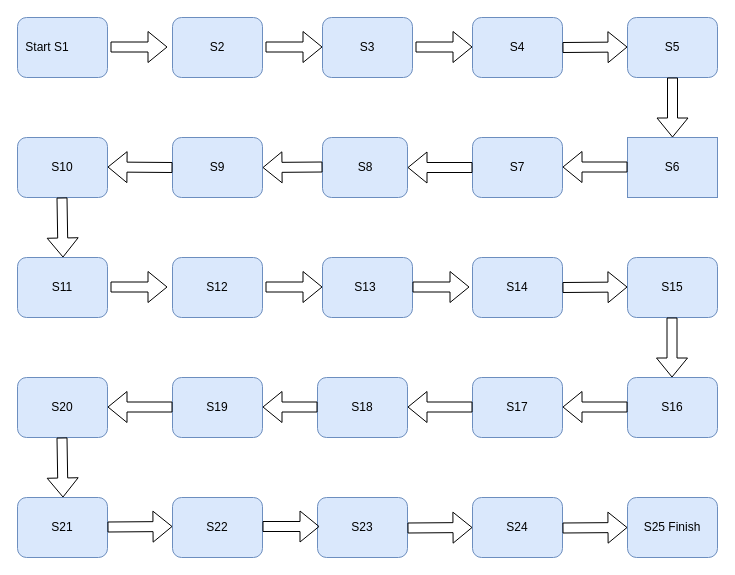
Above: board game.drawio in lcw650/lcw2 (draw.io), before the change. Source tidied: cells renumbered, new cells numbered last; positions are measured from the earlier drawing's top-left corner, leaving out a move shared by most shapes. Both pictures are drawn from the tidied source at 100%, with x=0, y=0 at pixel (17, 17).
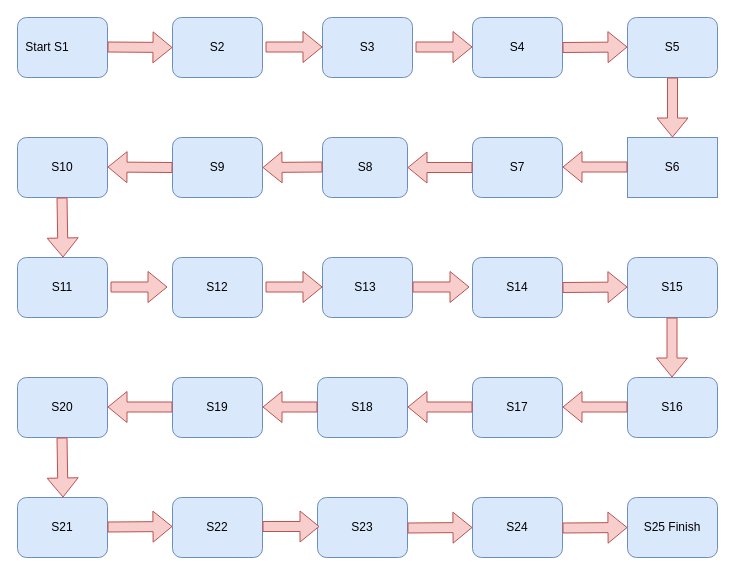
After the change.

The change refers to these unchanged cells:
```xml
<mxCell id="3" style="rounded=1;whiteSpace=wrap;html=1;fillColor=#dae8fc;strokeColor=#6c8ebf;" parent="1" vertex="1">
  <mxGeometry x="155" width="90" height="60" as="geometry" />
</mxCell>
<mxCell id="5" style="rounded=1;whiteSpace=wrap;html=1;fillColor=#dae8fc;strokeColor=#6c8ebf;" parent="1" vertex="1">
  <mxGeometry x="455" width="90" height="60" as="geometry" />
</mxCell>
<mxCell id="6" style="rounded=1;whiteSpace=wrap;html=1;fillColor=#dae8fc;strokeColor=#6c8ebf;" parent="1" vertex="1">
  <mxGeometry x="610" width="90" height="60" as="geometry" />
</mxCell>
<mxCell id="7" style="rounded=1;whiteSpace=wrap;html=1;arcSize=0;fillColor=#dae8fc;strokeColor=#6c8ebf;" parent="1" vertex="1">
  <mxGeometry x="610" y="120" width="90" height="60" as="geometry" />
</mxCell>
<mxCell id="11" style="rounded=1;whiteSpace=wrap;html=1;fillColor=#dae8fc;strokeColor=#6c8ebf;" parent="1" vertex="1">
  <mxGeometry x="455" y="120" width="90" height="60" as="geometry" />
</mxCell>
<mxCell id="12" style="rounded=1;whiteSpace=wrap;html=1;fillColor=#dae8fc;strokeColor=#6c8ebf;" parent="1" vertex="1">
  <mxGeometry x="305" y="120" width="85" height="60" as="geometry" />
</mxCell>
<mxCell id="13" style="rounded=1;whiteSpace=wrap;html=1;fillColor=#dae8fc;strokeColor=#6c8ebf;" parent="1" vertex="1">
  <mxGeometry x="155" y="120" width="90" height="60" as="geometry" />
</mxCell>
<mxCell id="19" style="rounded=1;whiteSpace=wrap;html=1;fillColor=#dae8fc;strokeColor=#6c8ebf;" parent="1" vertex="1">
  <mxGeometry x="455" y="240" width="90" height="60" as="geometry" />
</mxCell>
```

The edit, as a diff of the source:
```diff
@@
-    <mxCell id="32" style="shape=flexArrow;endArrow=classic;html=1;rounded=0;exitX=1.033;exitY=0.625;exitDx=0;exitDy=0;exitPerimeter=0;" parent="1" edge="1">
+    <mxCell id="32" style="shape=flexArrow;endArrow=classic;html=1;rounded=0;exitX=1.033;exitY=0.625;exitDx=0;exitDy=0;exitPerimeter=0;fillColor=#f8cecc;strokeColor=#b85450;" parent="1" edge="1">
       <mxGeometry relative="1" as="geometry">
         <mxPoint x="248" y="29.5" as="sourcePoint" />
         <mxPoint x="305" y="29.5" as="targetPoint" />
       </mxGeometry>
     </mxCell>
-    <mxCell id="33" style="shape=flexArrow;endArrow=classic;html=1;rounded=0;exitX=1.033;exitY=0.625;exitDx=0;exitDy=0;exitPerimeter=0;" parent="1" edge="1">
+    <mxCell id="33" style="shape=flexArrow;endArrow=classic;html=1;rounded=0;exitX=1.033;exitY=0.625;exitDx=0;exitDy=0;exitPerimeter=0;fillColor=#f8cecc;strokeColor=#b85450;" parent="1" edge="1">
       <mxGeometry relative="1" as="geometry">
         <mxPoint x="398" y="29.5" as="sourcePoint" />
         <mxPoint x="455" y="29.5" as="targetPoint" />
       </mxGeometry>
     </mxCell>
-    <mxCell id="34" style="shape=flexArrow;endArrow=classic;html=1;rounded=0;exitX=1;exitY=0.5;exitDx=0;exitDy=0;" parent="1" edge="1" source="5">
+    <mxCell id="34" style="shape=flexArrow;endArrow=classic;html=1;rounded=0;exitX=1;exitY=0.5;exitDx=0;exitDy=0;fillColor=#f8cecc;strokeColor=#b85450;" parent="1" edge="1" source="5">
       <mxGeometry relative="1" as="geometry">
         <mxPoint x="610" y="29.5" as="targetPoint" />
       </mxGeometry>
     </mxCell>
-    <mxCell id="35" style="shape=flexArrow;endArrow=classic;html=1;rounded=0;exitX=1.033;exitY=0.625;exitDx=0;exitDy=0;exitPerimeter=0;" parent="1" edge="1">
-      <mxGeometry relative="1" as="geometry">
-        <mxPoint x="93" y="29.5" as="sourcePoint" />
-        <mxPoint x="150" y="29.5" as="targetPoint" />
-      </mxGeometry>
-    </mxCell>
-    <mxCell id="36" style="shape=flexArrow;endArrow=classic;html=1;rounded=0;exitX=0.5;exitY=1;exitDx=0;exitDy=0;entryX=0.5;entryY=0;entryDx=0;entryDy=0;" parent="1" edge="1" source="6" target="7">
+    <mxCell id="36" style="shape=flexArrow;endArrow=classic;html=1;rounded=0;exitX=0.5;exitY=1;exitDx=0;exitDy=0;entryX=0.5;entryY=0;entryDx=0;entryDy=0;fillColor=#f8cecc;strokeColor=#b85450;" parent="1" edge="1" source="6" target="7">
       <mxGeometry relative="1" as="geometry" />
     </mxCell>
-    <mxCell id="37" style="shape=flexArrow;endArrow=classic;html=1;rounded=0;exitX=0;exitY=0.5;exitDx=0;exitDy=0;entryX=1;entryY=0.5;entryDx=0;entryDy=0;" parent="1" edge="1" source="11" target="12">
+    <mxCell id="37" style="shape=flexArrow;endArrow=classic;html=1;rounded=0;exitX=0;exitY=0.5;exitDx=0;exitDy=0;entryX=1;entryY=0.5;entryDx=0;entryDy=0;fillColor=#f8cecc;strokeColor=#b85450;" parent="1" edge="1" source="11" target="12">
       <mxGeometry relative="1" as="geometry" />
     </mxCell>
-    <mxCell id="38" style="shape=flexArrow;endArrow=classic;html=1;rounded=0;exitX=0;exitY=0.5;exitDx=0;exitDy=0;entryX=1;entryY=0.5;entryDx=0;entryDy=0;" parent="1" edge="1" target="13">
+    <mxCell id="38" style="shape=flexArrow;endArrow=classic;html=1;rounded=0;exitX=0;exitY=0.5;exitDx=0;exitDy=0;entryX=1;entryY=0.5;entryDx=0;entryDy=0;fillColor=#f8cecc;strokeColor=#b85450;" parent="1" edge="1" target="13">
       <mxGeometry relative="1" as="geometry">
         <mxPoint x="305" y="149.5" as="sourcePoint" />
       </mxGeometry>
     </mxCell>
-    <mxCell id="39" style="shape=flexArrow;endArrow=classic;html=1;rounded=0;exitX=0;exitY=0.5;exitDx=0;exitDy=0;entryX=1;entryY=0.5;entryDx=0;entryDy=0;" parent="1" edge="1" source="13">
+    <mxCell id="39" style="shape=flexArrow;endArrow=classic;html=1;rounded=0;exitX=0;exitY=0.5;exitDx=0;exitDy=0;entryX=1;entryY=0.5;entryDx=0;entryDy=0;fillColor=#f8cecc;strokeColor=#b85450;" parent="1" edge="1" source="13">
       <mxGeometry relative="1" as="geometry">
         <mxPoint x="90" y="149.5" as="targetPoint" />
       </mxGeometry>
     </mxCell>
-    <mxCell id="40" style="shape=flexArrow;endArrow=classic;html=1;rounded=0;exitX=0.5;exitY=1;exitDx=0;exitDy=0;entryX=0.567;entryY=-0.15;entryDx=0;entryDy=0;entryPerimeter=0;" parent="1" edge="1">
+    <mxCell id="40" style="shape=flexArrow;endArrow=classic;html=1;rounded=0;exitX=0.5;exitY=1;exitDx=0;exitDy=0;entryX=0.567;entryY=-0.15;entryDx=0;entryDy=0;entryPerimeter=0;fillColor=#f8cecc;strokeColor=#b85450;" parent="1" edge="1">
       <mxGeometry relative="1" as="geometry">
         <mxPoint x="44.5" y="180" as="sourcePoint" />
         <mxPoint x="45.5" y="240" as="targetPoint" />
       </mxGeometry>
     </mxCell>
-    <mxCell id="41" style="shape=flexArrow;endArrow=classic;html=1;rounded=0;exitX=1.033;exitY=0.625;exitDx=0;exitDy=0;exitPerimeter=0;" parent="1" edge="1">
+    <mxCell id="41" style="shape=flexArrow;endArrow=classic;html=1;rounded=0;exitX=1.033;exitY=0.625;exitDx=0;exitDy=0;exitPerimeter=0;fillColor=#f8cecc;strokeColor=#b85450;" parent="1" edge="1">
       <mxGeometry relative="1" as="geometry">
         <mxPoint x="93" y="269.5" as="sourcePoint" />
         <mxPoint x="150" y="269.5" as="targetPoint" />
       </mxGeometry>
     </mxCell>
-    <mxCell id="42" style="shape=flexArrow;endArrow=classic;html=1;rounded=0;exitX=1.033;exitY=0.625;exitDx=0;exitDy=0;exitPerimeter=0;" parent="1" edge="1">
+    <mxCell id="42" style="shape=flexArrow;endArrow=classic;html=1;rounded=0;exitX=1.033;exitY=0.625;exitDx=0;exitDy=0;exitPerimeter=0;fillColor=#f8cecc;strokeColor=#b85450;" parent="1" edge="1">
       <mxGeometry relative="1" as="geometry">
         <mxPoint x="248" y="269.5" as="sourcePoint" />
         <mxPoint x="305" y="269.5" as="targetPoint" />
       </mxGeometry>
     </mxCell>
-    <mxCell id="43" style="shape=flexArrow;endArrow=classic;html=1;rounded=0;exitX=1.033;exitY=0.625;exitDx=0;exitDy=0;exitPerimeter=0;" parent="1" edge="1">
+    <mxCell id="43" style="shape=flexArrow;endArrow=classic;html=1;rounded=0;exitX=1.033;exitY=0.625;exitDx=0;exitDy=0;exitPerimeter=0;fillColor=#f8cecc;strokeColor=#b85450;" parent="1" edge="1">
       <mxGeometry relative="1" as="geometry">
         <mxPoint x="395" y="269.5" as="sourcePoint" />
         <mxPoint x="452" y="269.5" as="targetPoint" />
       </mxGeometry>
     </mxCell>
-    <mxCell id="44" style="shape=flexArrow;endArrow=classic;html=1;rounded=0;exitX=0;exitY=0.5;exitDx=0;exitDy=0;entryX=1;entryY=0.5;entryDx=0;entryDy=0;" parent="1" edge="1">
+    <mxCell id="44" style="shape=flexArrow;endArrow=classic;html=1;rounded=0;exitX=0;exitY=0.5;exitDx=0;exitDy=0;entryX=1;entryY=0.5;entryDx=0;entryDy=0;fillColor=#f8cecc;strokeColor=#b85450;" parent="1" edge="1">
       <mxGeometry relative="1" as="geometry">
         <mxPoint x="610" y="149.5" as="sourcePoint" />
         <mxPoint x="545" y="149.5" as="targetPoint" />
       </mxGeometry>
     </mxCell>
-    <mxCell id="45" style="shape=flexArrow;endArrow=classic;html=1;rounded=0;exitX=1;exitY=0.5;exitDx=0;exitDy=0;" parent="1" edge="1" source="19">
+    <mxCell id="45" style="shape=flexArrow;endArrow=classic;html=1;rounded=0;exitX=1;exitY=0.5;exitDx=0;exitDy=0;fillColor=#f8cecc;strokeColor=#b85450;" parent="1" edge="1" source="19">
       <mxGeometry relative="1" as="geometry">
         <mxPoint x="610" y="269.5" as="targetPoint" />
       </mxGeometry>
     </mxCell>
-    <mxCell id="46" style="shape=flexArrow;endArrow=classic;html=1;rounded=0;exitX=0;exitY=0.5;exitDx=0;exitDy=0;entryX=1;entryY=0.5;entryDx=0;entryDy=0;" parent="1" edge="1">
-      <mxGeometry relative="1" as="geometry">
-        <mxPoint x="610" y="389.5" as="sourcePoint" />
-        <mxPoint x="545" y="389.5" as="targetPoint" />
-      </mxGeometry>
-    </mxCell>
-    <mxCell id="47" style="shape=flexArrow;endArrow=classic;html=1;rounded=0;exitX=0.5;exitY=1;exitDx=0;exitDy=0;entryX=0.5;entryY=0;entryDx=0;entryDy=0;" parent="1" edge="1">
+    <mxCell id="47" style="shape=flexArrow;endArrow=classic;html=1;rounded=0;exitX=0.5;exitY=1;exitDx=0;exitDy=0;entryX=0.5;entryY=0;entryDx=0;entryDy=0;fillColor=#f8cecc;strokeColor=#b85450;" parent="1" edge="1">
       <mxGeometry relative="1" as="geometry">
         <mxPoint x="654.5" y="300" as="sourcePoint" />
         <mxPoint x="654.5" y="360" as="targetPoint" />
       </mxGeometry>
     </mxCell>
-    <mxCell id="48" style="shape=flexArrow;endArrow=classic;html=1;rounded=0;exitX=0.5;exitY=1;exitDx=0;exitDy=0;entryX=0.567;entryY=-0.15;entryDx=0;entryDy=0;entryPerimeter=0;" parent="1" edge="1">
+    <mxCell id="48" style="shape=flexArrow;endArrow=classic;html=1;rounded=0;exitX=0.5;exitY=1;exitDx=0;exitDy=0;entryX=0.567;entryY=-0.15;entryDx=0;entryDy=0;entryPerimeter=0;fillColor=#f8cecc;strokeColor=#b85450;" parent="1" edge="1">
       <mxGeometry relative="1" as="geometry">
         <mxPoint x="44.5" y="420" as="sourcePoint" />
         <mxPoint x="45.5" y="480" as="targetPoint" />
       </mxGeometry>
     </mxCell>
-    <mxCell id="49" style="shape=flexArrow;endArrow=classic;html=1;rounded=0;exitX=1;exitY=0.5;exitDx=0;exitDy=0;" parent="1" edge="1">
+    <mxCell id="49" style="shape=flexArrow;endArrow=classic;html=1;rounded=0;exitX=1;exitY=0.5;exitDx=0;exitDy=0;fillColor=#f8cecc;strokeColor=#b85450;" parent="1" edge="1">
       <mxGeometry relative="1" as="geometry">
         <mxPoint x="90" y="509.5" as="sourcePoint" />
         <mxPoint x="155" y="509" as="targetPoint" />
       </mxGeometry>
     </mxCell>
-    <mxCell id="50" style="shape=flexArrow;endArrow=classic;html=1;rounded=0;exitX=1.033;exitY=0.625;exitDx=0;exitDy=0;exitPerimeter=0;" parent="1" edge="1">
+    <mxCell id="50" style="shape=flexArrow;endArrow=classic;html=1;rounded=0;exitX=1.033;exitY=0.625;exitDx=0;exitDy=0;exitPerimeter=0;fillColor=#f8cecc;strokeColor=#b85450;" parent="1" edge="1">
       <mxGeometry relative="1" as="geometry">
         <mxPoint x="245" y="509" as="sourcePoint" />
         <mxPoint x="302" y="509" as="targetPoint" />
       </mxGeometry>
     </mxCell>
-    <mxCell id="51" style="shape=flexArrow;endArrow=classic;html=1;rounded=0;exitX=1;exitY=0.5;exitDx=0;exitDy=0;" parent="1" edge="1">
+    <mxCell id="51" style="shape=flexArrow;endArrow=classic;html=1;rounded=0;exitX=1;exitY=0.5;exitDx=0;exitDy=0;fillColor=#f8cecc;strokeColor=#b85450;" parent="1" edge="1">
       <mxGeometry relative="1" as="geometry">
         <mxPoint x="390" y="510.5" as="sourcePoint" />
         <mxPoint x="455" y="510" as="targetPoint" />
       </mxGeometry>
     </mxCell>
-    <mxCell id="52" style="shape=flexArrow;endArrow=classic;html=1;rounded=0;exitX=1;exitY=0.5;exitDx=0;exitDy=0;" parent="1" edge="1">
+    <mxCell id="52" style="shape=flexArrow;endArrow=classic;html=1;rounded=0;exitX=1;exitY=0.5;exitDx=0;exitDy=0;fillColor=#f8cecc;strokeColor=#b85450;" parent="1" edge="1">
       <mxGeometry relative="1" as="geometry">
         <mxPoint x="545" y="510.5" as="sourcePoint" />
         <mxPoint x="610" y="510" as="targetPoint" />
       </mxGeometry>
     </mxCell>
-    <mxCell id="53" style="shape=flexArrow;endArrow=classic;html=1;rounded=0;exitX=0;exitY=0.5;exitDx=0;exitDy=0;entryX=1;entryY=0.5;entryDx=0;entryDy=0;" parent="1" edge="1">
+    <mxCell id="53" style="shape=flexArrow;endArrow=classic;html=1;rounded=0;exitX=0;exitY=0.5;exitDx=0;exitDy=0;entryX=1;entryY=0.5;entryDx=0;entryDy=0;fillColor=#f8cecc;strokeColor=#b85450;" parent="1" edge="1">
       <mxGeometry relative="1" as="geometry">
         <mxPoint x="455" y="389.5" as="sourcePoint" />
         <mxPoint x="390" y="389.5" as="targetPoint" />
       </mxGeometry>
     </mxCell>
-    <mxCell id="54" style="shape=flexArrow;endArrow=classic;html=1;rounded=0;exitX=0;exitY=0.5;exitDx=0;exitDy=0;entryX=1;entryY=0.5;entryDx=0;entryDy=0;" parent="1" edge="1">
+    <mxCell id="54" style="shape=flexArrow;endArrow=classic;html=1;rounded=0;exitX=0;exitY=0.5;exitDx=0;exitDy=0;entryX=1;entryY=0.5;entryDx=0;entryDy=0;fillColor=#f8cecc;strokeColor=#b85450;" parent="1" edge="1">
       <mxGeometry relative="1" as="geometry">
         <mxPoint x="155" y="389.5" as="sourcePoint" />
         <mxPoint x="90" y="389.5" as="targetPoint" />
       </mxGeometry>
     </mxCell>
-    <mxCell id="55" style="shape=flexArrow;endArrow=classic;html=1;rounded=0;exitX=0;exitY=0.5;exitDx=0;exitDy=0;entryX=1;entryY=0.5;entryDx=0;entryDy=0;" parent="1" edge="1">
+    <mxCell id="55" style="shape=flexArrow;endArrow=classic;html=1;rounded=0;exitX=0;exitY=0.5;exitDx=0;exitDy=0;entryX=1;entryY=0.5;entryDx=0;entryDy=0;fillColor=#f8cecc;strokeColor=#b85450;" parent="1" edge="1">
       <mxGeometry relative="1" as="geometry">
         <mxPoint x="300" y="389.5" as="sourcePoint" />
         <mxPoint x="245" y="389.5" as="targetPoint" />
       </mxGeometry>
     </mxCell>
@@
-    <mxCell id="65" value="S16" style="text;html=1;strokeColor=none;fillColor=none;align=center;verticalAlign=middle;whiteSpace=wrap;rounded=0;" parent="1" vertex="1">
-      <mxGeometry x="625" y="375" width="60" height="30" as="geometry" />
-    </mxCell>
@@
+    <mxCell id="76" style="shape=flexArrow;endArrow=classic;html=1;rounded=0;exitX=1.033;exitY=0.625;exitDx=0;exitDy=0;exitPerimeter=0;entryX=0;entryY=0.5;entryDx=0;entryDy=0;fillColor=#f8cecc;strokeColor=#b85450;" parent="1" edge="1" target="3">
+      <mxGeometry relative="1" as="geometry">
+        <mxPoint x="90" y="29.5" as="sourcePoint" />
+      </mxGeometry>
+    </mxCell>
+    <mxCell id="65" value="S16" style="text;html=1;strokeColor=none;fillColor=none;align=center;verticalAlign=middle;whiteSpace=wrap;rounded=0;" parent="1" vertex="1">
+      <mxGeometry x="625" y="375" width="60" height="30" as="geometry" />
+    </mxCell>
+    <mxCell id="77" style="shape=flexArrow;endArrow=classic;html=1;rounded=0;exitX=0;exitY=0.5;exitDx=0;exitDy=0;entryX=1;entryY=0.5;entryDx=0;entryDy=0;fillColor=#f8cecc;strokeColor=#b85450;" parent="1" edge="1">
+      <mxGeometry relative="1" as="geometry">
+        <mxPoint x="610" y="389.5" as="sourcePoint" />
+        <mxPoint x="545" y="389.5" as="targetPoint" />
+      </mxGeometry>
+    </mxCell>
```
